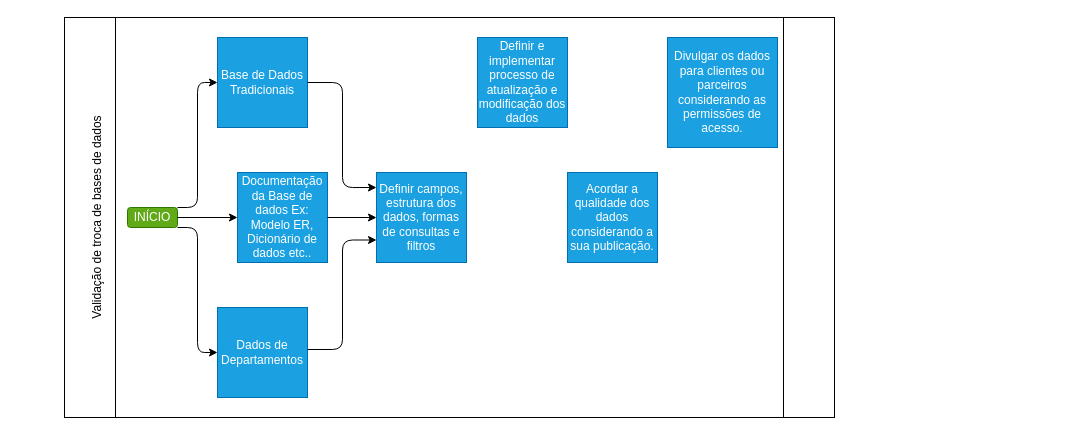
Earlier version of the draw.io diagram Untitled Diagram.drawio (GuiihDantas/Meus-Arquivos). Source tidied: cells renumbered, new cells numbered last; positions are measured from the earlier drawing's top-left corner, leaving out a move shared by most shapes. Both pictures are drawn from the tidied source at 100%, with x=0, y=0 at pixel (-43, 17).
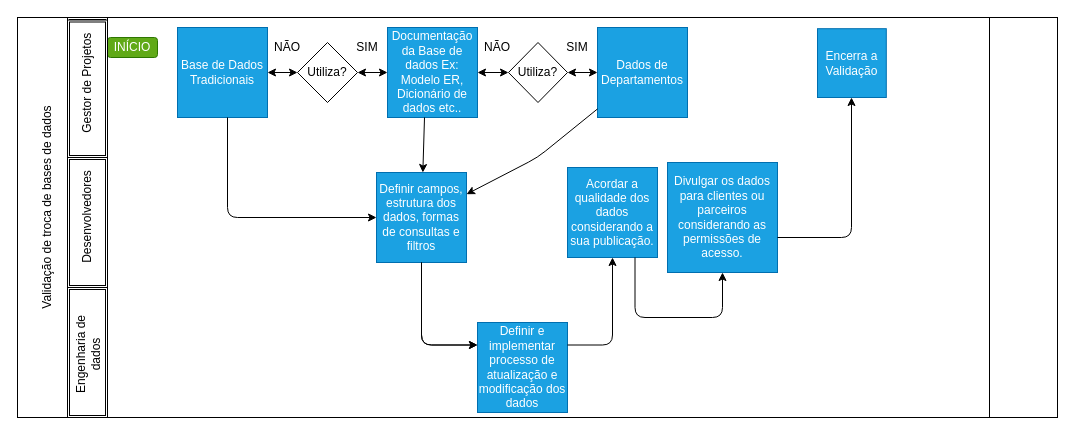
The same page after the edit.

Unchanged cells that the change refers to:
```xml
<mxCell id="8" value="Definir campos, estrutura dos dados, formas de consultas e filtros" style="whiteSpace=wrap;html=1;fillColor=#1ba1e2;strokeColor=#006EAF;fontColor=#ffffff;" parent="1" vertex="1">
  <mxGeometry x="419" y="155" width="90" height="90" as="geometry" />
</mxCell>
```

What changed in the source:
```diff
@@
-    <mxCell id="2" style="shape=process;whiteSpace=wrap;html=1;backgroundOutline=1;size=0.06578947368421052;" parent="1" vertex="1">
-      <mxGeometry x="107" width="770" height="400" as="geometry" />
+    <mxCell id="2" style="shape=process;whiteSpace=wrap;html=1;backgroundOutline=1;size=0.06578947368421052;labelPosition=left;verticalLabelPosition=middle;align=right;verticalAlign=middle;" parent="1" vertex="1">
+      <mxGeometry x="60" width="1040" height="400" as="geometry" />
     </mxCell>
     <mxCell id="3" value="Validação de troca de bases de dados" style="text;html=1;strokeColor=none;fillColor=none;align=center;verticalAlign=middle;whiteSpace=wrap;rounded=0;rotation=-90;" parent="1" vertex="1">
-      <mxGeometry y="190" width="280" height="20" as="geometry" />
+      <mxGeometry x="-50" y="180" width="280" height="20" as="geometry" />
     </mxCell>
     <mxCell id="4" value="INÍCIO" style="rounded=1;whiteSpace=wrap;html=1;fillColor=#60a917;strokeColor=#2D7600;fontColor=#ffffff;" parent="1" vertex="1">
-      <mxGeometry x="170" y="190" width="50" height="20" as="geometry" />
+      <mxGeometry x="150" y="20" width="50" height="20" as="geometry" />
     </mxCell>
     <mxCell id="5" value="Base de Dados Tradicionais" style="whiteSpace=wrap;html=1;fillColor=#1ba1e2;strokeColor=#006EAF;fontColor=#ffffff;" parent="1" vertex="1">
-      <mxGeometry x="260" y="20" width="90" height="90" as="geometry" />
+      <mxGeometry x="220" y="10" width="90" height="90" as="geometry" />
     </mxCell>
     <mxCell id="6" value="Documentação da Base de dados Ex: Modelo ER, Dicionário de dados etc.." style="whiteSpace=wrap;html=1;fillColor=#1ba1e2;strokeColor=#006EAF;fontColor=#ffffff;" parent="1" vertex="1">
-      <mxGeometry x="280" y="155" width="90" height="90" as="geometry" />
+      <mxGeometry x="430" y="10" width="90" height="90" as="geometry" />
     </mxCell>
     <mxCell id="7" value="Dados de Departamentos" style="whiteSpace=wrap;html=1;fillColor=#1ba1e2;strokeColor=#006EAF;fontColor=#ffffff;" parent="1" vertex="1">
-      <mxGeometry x="260" y="290" width="90" height="90" as="geometry" />
+      <mxGeometry x="640" y="10" width="90" height="90" as="geometry" />
     </mxCell>
@@
     <mxCell id="9" value="Acordar a qualidade dos dados considerando a sua publicação." style="whiteSpace=wrap;html=1;fillColor=#1ba1e2;strokeColor=#006EAF;fontColor=#ffffff;" parent="1" vertex="1">
-      <mxGeometry x="610" y="155" width="90" height="90" as="geometry" />
+      <mxGeometry x="610" y="150" width="90" height="90" as="geometry" />
     </mxCell>
     <mxCell id="10" value="Definir e implementar processo de atualização e modificação dos dados" style="whiteSpace=wrap;html=1;fillColor=#1ba1e2;strokeColor=#006EAF;fontColor=#ffffff;" parent="1" vertex="1">
-      <mxGeometry x="520" y="20" width="90" height="90" as="geometry" />
+      <mxGeometry x="520" y="305" width="90" height="90" as="geometry" />
     </mxCell>
     <mxCell id="11" value="Divulgar os dados para clientes ou parceiros considerando as permissões de acesso." style="whiteSpace=wrap;html=1;fillColor=#1ba1e2;strokeColor=#006EAF;fontColor=#ffffff;" parent="1" vertex="1">
-      <mxGeometry x="710" y="20" width="110" height="110" as="geometry" />
+      <mxGeometry x="710" y="145" width="110" height="110" as="geometry" />
     </mxCell>
-    <mxCell id="12" style="edgeStyle=elbowEdgeStyle;elbow=horizontal;endArrow=classic;html=1;exitX=1;exitY=0;exitDx=0;exitDy=0;" parent="1" edge="1" source="4" target="5">
-      <mxGeometry relative="1" as="geometry" />
-    </mxCell>
-    <mxCell id="13" style="edgeStyle=elbowEdgeStyle;elbow=horizontal;endArrow=classic;html=1;" parent="1" edge="1" target="7">
-      <mxGeometry relative="1" as="geometry">
-        <mxPoint x="220" y="210" as="sourcePoint" />
-      </mxGeometry>
-    </mxCell>
-    <mxCell id="14" style="endArrow=classic;html=1;exitX=1;exitY=0.5;exitDx=0;exitDy=0;" parent="1" edge="1" source="4" target="6">
-      <mxGeometry relative="1" as="geometry" />
-    </mxCell>
-    <mxCell id="15" style="edgeStyle=elbowEdgeStyle;elbow=horizontal;endArrow=classic;html=1;exitX=1;exitY=0.5;exitDx=0;exitDy=0;entryX=0;entryY=0.167;entryDx=0;entryDy=0;entryPerimeter=0;" parent="1" edge="1" source="5" target="8">
-      <mxGeometry relative="1" as="geometry" />
-    </mxCell>
-    <mxCell id="16" style="endArrow=classic;html=1;exitX=1;exitY=0.5;exitDx=0;exitDy=0;entryX=0;entryY=0.5;entryDx=0;entryDy=0;" parent="1" edge="1" source="6" target="8">
-      <mxGeometry relative="1" as="geometry" />
-    </mxCell>
-    <mxCell id="17" style="edgeStyle=elbowEdgeStyle;elbow=horizontal;endArrow=classic;html=1;entryX=0;entryY=0.75;entryDx=0;entryDy=0;" parent="1" edge="1" target="8">
-      <mxGeometry relative="1" as="geometry">
-        <mxPoint x="350" y="332" as="sourcePoint" />
-      </mxGeometry>
-    </mxCell>
+    <mxCell id="18" style="edgeStyle=elbowEdgeStyle;elbow=horizontal;endArrow=classic;html=1;entryX=0;entryY=0.25;entryDx=0;entryDy=0;exitX=0.5;exitY=1;exitDx=0;exitDy=0;" parent="1" edge="1" source="8" target="10">
+      <mxGeometry relative="1" as="geometry">
+        <Array as="points">
+          <mxPoint x="464" y="340" />
+        </Array>
+      </mxGeometry>
+    </mxCell>
+    <mxCell id="19" style="edgeStyle=elbowEdgeStyle;elbow=horizontal;endArrow=classic;html=1;exitX=1;exitY=0.25;exitDx=0;exitDy=0;" parent="1" edge="1" source="10" target="9">
+      <mxGeometry relative="1" as="geometry">
+        <Array as="points">
+          <mxPoint x="655" y="300" />
+        </Array>
+      </mxGeometry>
+    </mxCell>
+    <mxCell id="20" style="edgeStyle=elbowEdgeStyle;elbow=horizontal;endArrow=classic;html=1;entryX=0.5;entryY=1;entryDx=0;entryDy=0;exitX=0.75;exitY=1;exitDx=0;exitDy=0;" parent="1" edge="1" source="9" target="11">
+      <mxGeometry relative="1" as="geometry">
+        <Array as="points">
+          <mxPoint x="760" y="300" />
+        </Array>
+      </mxGeometry>
+    </mxCell>
+    <mxCell id="21" style="shape=ext;double=1;rounded=0;whiteSpace=wrap;html=1;" parent="1" vertex="1">
+      <mxGeometry x="110" width="40" height="400" as="geometry" />
+    </mxCell>
+    <mxCell id="22" style="shape=ext;double=1;rounded=0;whiteSpace=wrap;html=1;" parent="1" vertex="1">
+      <mxGeometry x="110" y="270" width="40" height="130" as="geometry" />
+    </mxCell>
+    <mxCell id="23" style="shape=ext;double=1;rounded=0;whiteSpace=wrap;html=1;" parent="1" vertex="1">
+      <mxGeometry x="110" y="140" width="40" height="130" as="geometry" />
+    </mxCell>
+    <mxCell id="24" style="shape=ext;double=1;rounded=0;whiteSpace=wrap;html=1;" parent="1" vertex="1">
+      <mxGeometry x="110" y="2.5" width="40" height="137.5" as="geometry" />
+    </mxCell>
+    <mxCell id="25" value="&lt;div&gt;Engenharia de dados&lt;/div&gt;" style="text;html=1;strokeColor=none;fillColor=none;align=center;verticalAlign=middle;whiteSpace=wrap;rounded=0;rotation=-90;" parent="1" vertex="1">
+      <mxGeometry x="72.5" y="327.5" width="115" height="20" as="geometry" />
+    </mxCell>
+    <mxCell id="26" value="Desenvolvedores" style="text;html=1;strokeColor=none;fillColor=none;align=center;verticalAlign=middle;whiteSpace=wrap;rounded=0;rotation=-90;" parent="1" vertex="1">
+      <mxGeometry x="72.5" y="190" width="115" height="20" as="geometry" />
+    </mxCell>
+    <mxCell id="27" value="&lt;div&gt;Gestor de Projetos&lt;/div&gt;" style="text;html=1;strokeColor=none;fillColor=none;align=center;verticalAlign=middle;whiteSpace=wrap;rounded=0;rotation=-90;" parent="1" vertex="1">
+      <mxGeometry x="72.5" y="56.2" width="115" height="20" as="geometry" />
+    </mxCell>
+    <mxCell id="28" value="Utiliza?" style="rhombus;whiteSpace=wrap;html=1;" parent="1" vertex="1">
+      <mxGeometry x="340" y="25" width="60" height="60" as="geometry" />
+    </mxCell>
+    <mxCell id="29" value="Utiliza?" style="rhombus;whiteSpace=wrap;html=1;" parent="1" vertex="1">
+      <mxGeometry x="551" y="25" width="59" height="60" as="geometry" />
+    </mxCell>
+    <mxCell id="30" style="edgeStyle=elbowEdgeStyle;elbow=horizontal;endArrow=classic;html=1;entryX=0;entryY=0.25;entryDx=0;entryDy=0;exitX=0.5;exitY=1;exitDx=0;exitDy=0;" parent="1" edge="1">
+      <mxGeometry relative="1" as="geometry">
+        <mxPoint x="464" y="245" as="sourcePoint" />
+        <mxPoint x="520" y="327.5" as="targetPoint" />
+        <Array as="points">
+          <mxPoint x="464" y="340" />
+        </Array>
+      </mxGeometry>
+    </mxCell>
+    <mxCell id="31" style="endArrow=classic;html=1;entryX=0;entryY=0.5;entryDx=0;entryDy=0;" parent="1" edge="1" target="8">
+      <mxGeometry relative="1" as="geometry">
+        <mxPoint x="270" y="100" as="sourcePoint" />
+        <Array as="points">
+          <mxPoint x="270" y="200" />
+        </Array>
+      </mxGeometry>
+    </mxCell>
+    <mxCell id="32" style="endArrow=classic;html=1;" parent="1" edge="1" target="8">
+      <mxGeometry relative="1" as="geometry">
+        <mxPoint x="467" y="100" as="sourcePoint" />
+      </mxGeometry>
+    </mxCell>
+    <mxCell id="33" style="endArrow=classic;html=1;" parent="1" edge="1" source="7" target="8">
+      <mxGeometry relative="1" as="geometry">
+        <Array as="points">
+          <mxPoint x="580" y="140" />
+        </Array>
+      </mxGeometry>
+    </mxCell>
+    <mxCell id="34" style="endArrow=classic;startArrow=classic;html=1;entryX=1;entryY=0.5;entryDx=0;entryDy=0;" parent="1" edge="1" source="28" target="5">
+      <mxGeometry relative="1" as="geometry" />
+    </mxCell>
+    <mxCell id="35" style="endArrow=classic;startArrow=classic;html=1;entryX=0;entryY=0.5;entryDx=0;entryDy=0;exitX=1;exitY=0.5;exitDx=0;exitDy=0;" parent="1" edge="1" source="28" target="6">
+      <mxGeometry relative="1" as="geometry" />
+    </mxCell>
+    <mxCell id="36" style="endArrow=classic;startArrow=classic;html=1;entryX=0;entryY=0.5;entryDx=0;entryDy=0;exitX=1;exitY=0.5;exitDx=0;exitDy=0;" parent="1" edge="1" source="6" target="29">
+      <mxGeometry relative="1" as="geometry" />
+    </mxCell>
+    <mxCell id="37" style="endArrow=classic;startArrow=classic;html=1;entryX=0;entryY=0.5;entryDx=0;entryDy=0;exitX=1;exitY=0.5;exitDx=0;exitDy=0;" parent="1" edge="1" source="29" target="7">
+      <mxGeometry relative="1" as="geometry" />
+    </mxCell>
+    <mxCell id="38" value="NÃO" style="text;html=1;strokeColor=none;fillColor=none;align=center;verticalAlign=middle;whiteSpace=wrap;rounded=0;" parent="1" vertex="1">
+      <mxGeometry x="520" y="20" width="40" height="20" as="geometry" />
+    </mxCell>
+    <mxCell id="39" value="SIM" style="text;html=1;strokeColor=none;fillColor=none;align=center;verticalAlign=middle;whiteSpace=wrap;rounded=0;" parent="1" vertex="1">
+      <mxGeometry x="600" y="20" width="40" height="20" as="geometry" />
+    </mxCell>
+    <mxCell id="40" value="SIM" style="text;html=1;strokeColor=none;fillColor=none;align=center;verticalAlign=middle;whiteSpace=wrap;rounded=0;" parent="1" vertex="1">
+      <mxGeometry x="390" y="20" width="40" height="20" as="geometry" />
+    </mxCell>
+    <mxCell id="41" value="NÃO" style="text;html=1;strokeColor=none;fillColor=none;align=center;verticalAlign=middle;whiteSpace=wrap;rounded=0;" parent="1" vertex="1">
+      <mxGeometry x="310" y="20" width="40" height="20" as="geometry" />
+    </mxCell>
+    <mxCell id="42" value="Encerra a Validação" style="whiteSpace=wrap;html=1;fillColor=#1ba1e2;strokeColor=#006EAF;fontColor=#ffffff;" parent="1" vertex="1">
+      <mxGeometry x="860" y="11.2" width="68.8" height="68.8" as="geometry" />
+    </mxCell>
+    <mxCell id="43" style="edgeStyle=elbowEdgeStyle;elbow=horizontal;endArrow=classic;html=1;entryX=0.5;entryY=1;entryDx=0;entryDy=0;" parent="1" edge="1" target="42">
+      <mxGeometry relative="1" as="geometry">
+        <mxPoint x="820" y="220" as="sourcePoint" />
+        <Array as="points">
+          <mxPoint x="894" y="180" />
+        </Array>
+      </mxGeometry>
+    </mxCell>
```
